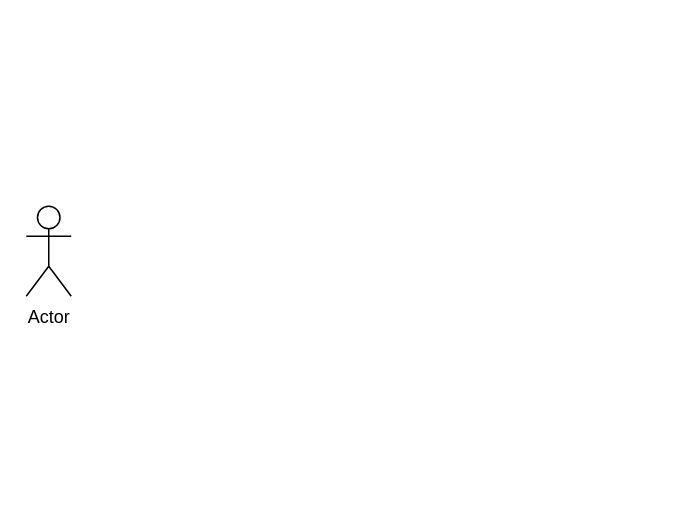
Above: Use Case Diagram.drawio in ahmadzakiakmal/Gama-CommuteCast (draw.io), before the change. Source tidied: cells renumbered, new cells numbered last; positions are measured from the earlier drawing's top-left corner, leaving out a move shared by most shapes. Both pictures are drawn from the tidied source at 150%, with x=0, y=0 at pixel (26, 206).
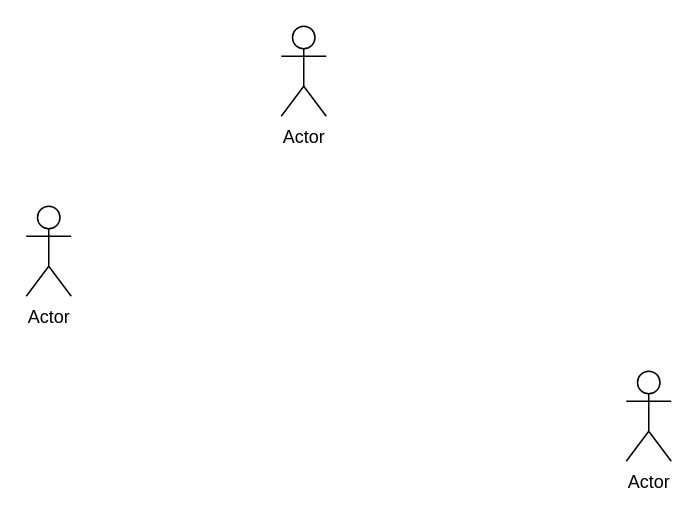
Above is the later version.

The edit, as a diff of the source:
```diff
@@
 <mxGraphModel>
   <root>
     <mxCell id="0" />
     <mxCell id="1" parent="0" />
     <mxCell id="2" value="Actor" style="shape=umlActor;verticalLabelPosition=bottom;verticalAlign=top;html=1;" parent="1" vertex="1">
       <mxGeometry width="30" height="60" as="geometry" />
     </mxCell>
+    <mxCell id="3" value="Actor" style="shape=umlActor;verticalLabelPosition=bottom;verticalAlign=top;html=1;" parent="1" vertex="1">
+      <mxGeometry x="400" y="110" width="30" height="60" as="geometry" />
+    </mxCell>
+    <mxCell id="4" value="Actor" style="shape=umlActor;verticalLabelPosition=bottom;verticalAlign=top;html=1;" parent="1" vertex="1">
+      <mxGeometry x="170" y="-120" width="30" height="60" as="geometry" />
+    </mxCell>
   </root>
 </mxGraphModel>
```
